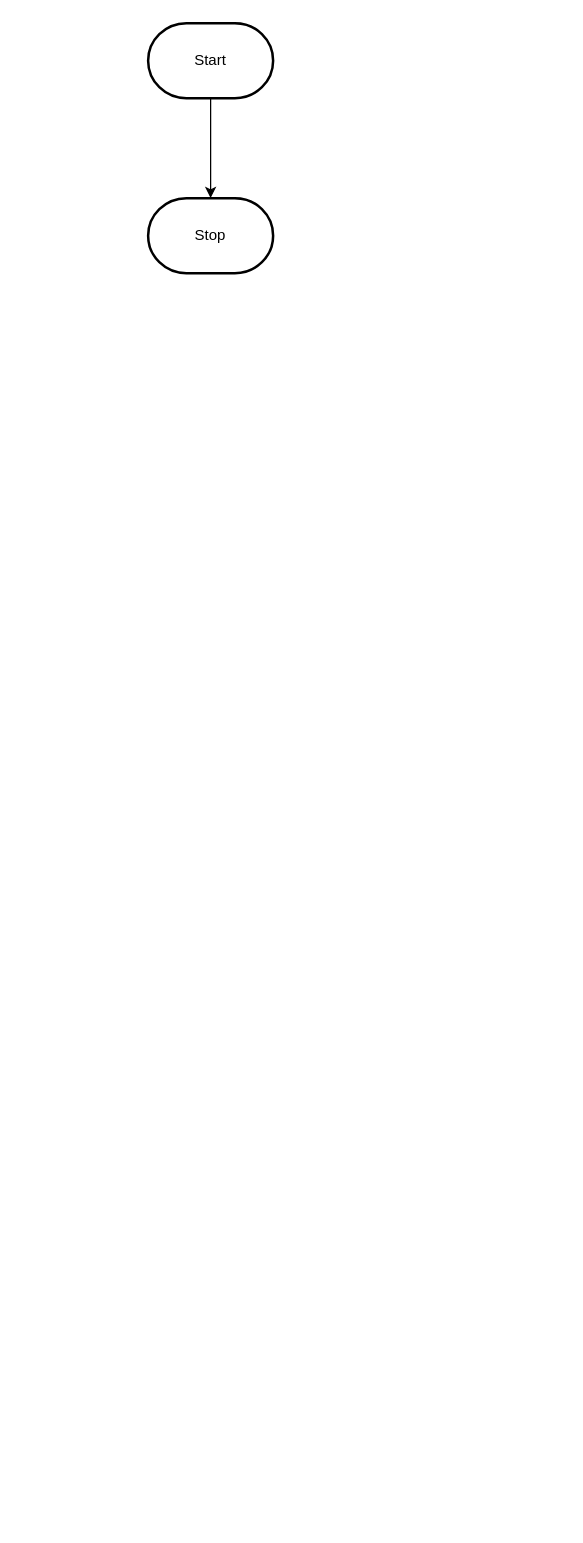
Before: design/flowchart.drawio in Isaac-Ip/ICD2O-Final-Project-isaac.ip, a draw.io diagram. Source tidied: cells renumbered, new cells numbered last; positions are measured from the earlier drawing's top-left corner, leaving out a move shared by most shapes. Both pictures are drawn from the tidied source at 125%, with x=0, y=0 at pixel (148, 22).
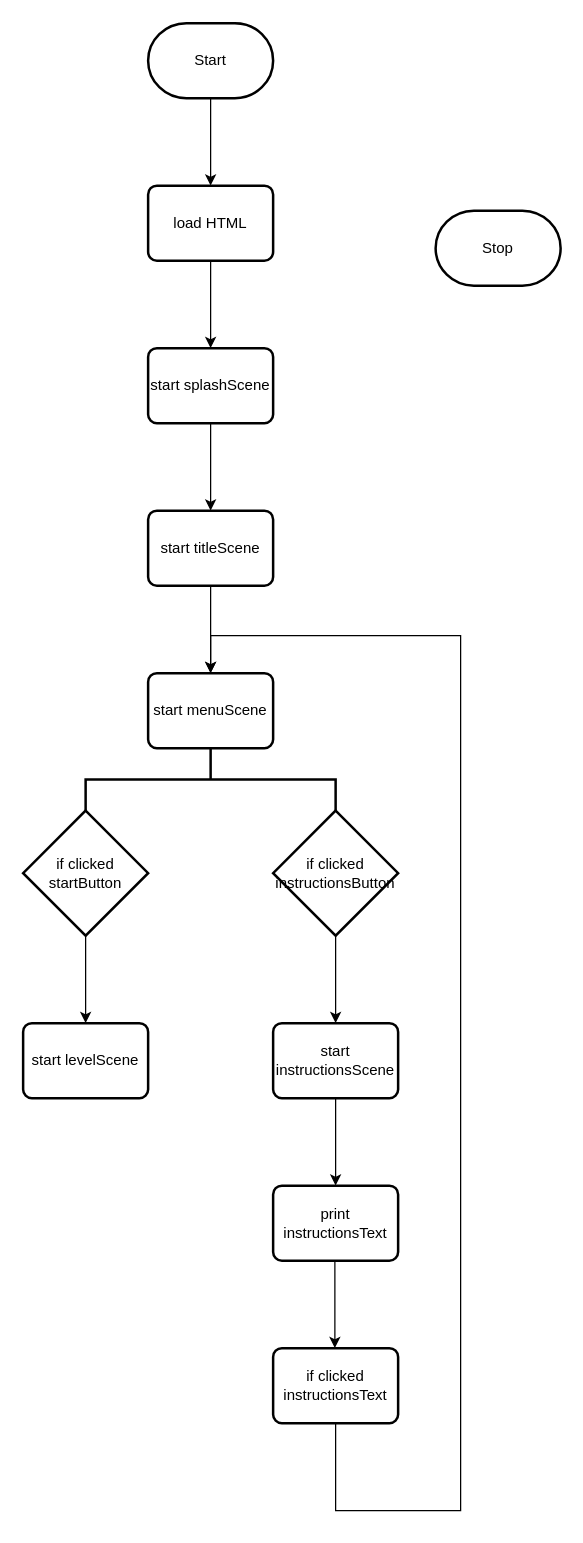
The same page after the edit.

Commit message:
flowchart started

The change refers to these unchanged cells:
```xml
<mxCell id="3" value="Start" style="strokeWidth=2;html=1;shape=mxgraph.flowchart.terminator;whiteSpace=wrap;" parent="1" vertex="1">
  <mxGeometry width="100" height="60" as="geometry" />
</mxCell>
```

What changed in the source:
```diff
@@
-    <mxCell id="2" style="edgeStyle=orthogonalEdgeStyle;html=1;rounded=0;" parent="1" edge="1" source="3" target="4">
-      <mxGeometry relative="1" as="geometry" />
+    <mxCell id="2" style="edgeStyle=orthogonalEdgeStyle;html=1;rounded=0;" parent="1" edge="1" source="3">
+      <mxGeometry relative="1" as="geometry">
+        <mxPoint x="50" y="130" as="targetPoint" />
+      </mxGeometry>
     </mxCell>
@@
     <mxCell id="4" value="Stop" style="strokeWidth=2;html=1;shape=mxgraph.flowchart.terminator;whiteSpace=wrap;" parent="1" vertex="1">
-      <mxGeometry y="140" width="100" height="60" as="geometry" />
+      <mxGeometry x="230" y="150" width="100" height="60" as="geometry" />
     </mxCell>
+    <mxCell id="5" value="load HTML" style="rounded=1;whiteSpace=wrap;html=1;absoluteArcSize=1;arcSize=14;strokeWidth=2;" parent="1" vertex="1">
+      <mxGeometry y="130" width="100" height="60" as="geometry" />
+    </mxCell>
+    <mxCell id="6" style="edgeStyle=orthogonalEdgeStyle;html=1;rounded=0;" parent="1" edge="1">
+      <mxGeometry relative="1" as="geometry">
+        <mxPoint x="50" y="190" as="sourcePoint" />
+        <mxPoint x="50" y="260" as="targetPoint" />
+      </mxGeometry>
+    </mxCell>
+    <mxCell id="7" value="start splashScene" style="rounded=1;whiteSpace=wrap;html=1;absoluteArcSize=1;arcSize=14;strokeWidth=2;" parent="1" vertex="1">
+      <mxGeometry y="260" width="100" height="60" as="geometry" />
+    </mxCell>
+    <mxCell id="8" style="edgeStyle=orthogonalEdgeStyle;html=1;rounded=0;" parent="1" edge="1">
+      <mxGeometry relative="1" as="geometry">
+        <mxPoint x="50" y="320" as="sourcePoint" />
+        <mxPoint x="50" y="390" as="targetPoint" />
+      </mxGeometry>
+    </mxCell>
+    <mxCell id="9" value="start titleScene" style="rounded=1;whiteSpace=wrap;html=1;absoluteArcSize=1;arcSize=14;strokeWidth=2;" parent="1" vertex="1">
+      <mxGeometry y="390" width="100" height="60" as="geometry" />
+    </mxCell>
+    <mxCell id="10" style="edgeStyle=orthogonalEdgeStyle;html=1;rounded=0;" parent="1" edge="1">
+      <mxGeometry relative="1" as="geometry">
+        <mxPoint x="50" y="450" as="sourcePoint" />
+        <mxPoint x="50" y="520" as="targetPoint" />
+      </mxGeometry>
+    </mxCell>
+    <mxCell id="11" value="start menuScene" style="rounded=1;whiteSpace=wrap;html=1;absoluteArcSize=1;arcSize=14;strokeWidth=2;" parent="1" vertex="1">
+      <mxGeometry y="520" width="100" height="60" as="geometry" />
+    </mxCell>
+    <mxCell id="12" style="strokeWidth=2;html=1;shape=mxgraph.flowchart.annotation_2;align=left;labelPosition=right;direction=south;" parent="1" vertex="1">
+      <mxGeometry x="-50" y="580" width="200" height="50" as="geometry" />
+    </mxCell>
+    <mxCell id="13" value="if clicked startButton" style="strokeWidth=2;html=1;shape=mxgraph.flowchart.decision;whiteSpace=wrap;" parent="1" vertex="1">
+      <mxGeometry x="-100" y="630" width="100" height="100" as="geometry" />
+    </mxCell>
+    <mxCell id="14" value="if clicked instructionsButton" style="strokeWidth=2;html=1;shape=mxgraph.flowchart.decision;whiteSpace=wrap;" parent="1" vertex="1">
+      <mxGeometry x="100" y="630" width="100" height="100" as="geometry" />
+    </mxCell>
+    <mxCell id="15" style="edgeStyle=orthogonalEdgeStyle;html=1;rounded=0;" parent="1" edge="1">
+      <mxGeometry relative="1" as="geometry">
+        <mxPoint x="150" y="730" as="sourcePoint" />
+        <mxPoint x="150" y="800" as="targetPoint" />
+      </mxGeometry>
+    </mxCell>
+    <mxCell id="16" value="start instructionsScene" style="rounded=1;whiteSpace=wrap;html=1;absoluteArcSize=1;arcSize=14;strokeWidth=2;" parent="1" vertex="1">
+      <mxGeometry x="100" y="800" width="100" height="60" as="geometry" />
+    </mxCell>
+    <mxCell id="17" style="edgeStyle=orthogonalEdgeStyle;html=1;rounded=0;" parent="1" edge="1">
+      <mxGeometry relative="1" as="geometry">
+        <mxPoint x="150" y="860" as="sourcePoint" />
+        <mxPoint x="150" y="930" as="targetPoint" />
+      </mxGeometry>
+    </mxCell>
+    <mxCell id="18" value="print instructionsText" style="rounded=1;whiteSpace=wrap;html=1;absoluteArcSize=1;arcSize=14;strokeWidth=2;" parent="1" vertex="1">
+      <mxGeometry x="100" y="930" width="100" height="60" as="geometry" />
+    </mxCell>
+    <mxCell id="19" style="edgeStyle=orthogonalEdgeStyle;html=1;rounded=0;entryX=0.5;entryY=0;entryDx=0;entryDy=0;" parent="1" edge="1" target="11">
+      <mxGeometry relative="1" as="geometry">
+        <mxPoint x="150" y="1120" as="sourcePoint" />
+        <Array as="points">
+          <mxPoint x="150" y="1190" />
+          <mxPoint x="250" y="1190" />
+          <mxPoint x="250" y="490" />
+          <mxPoint x="50" y="490" />
+        </Array>
+      </mxGeometry>
+    </mxCell>
+    <mxCell id="20" value="if clicked instructionsText" style="rounded=1;whiteSpace=wrap;html=1;absoluteArcSize=1;arcSize=14;strokeWidth=2;" parent="1" vertex="1">
+      <mxGeometry x="100" y="1060" width="100" height="60" as="geometry" />
+    </mxCell>
+    <mxCell id="21" style="edgeStyle=orthogonalEdgeStyle;html=1;rounded=0;" parent="1" edge="1">
+      <mxGeometry relative="1" as="geometry">
+        <mxPoint x="149.4" y="990" as="sourcePoint" />
+        <mxPoint x="149.4" y="1060" as="targetPoint" />
+      </mxGeometry>
+    </mxCell>
+    <mxCell id="22" style="edgeStyle=orthogonalEdgeStyle;html=1;rounded=0;" parent="1" edge="1">
+      <mxGeometry relative="1" as="geometry">
+        <mxPoint x="-50" y="730" as="sourcePoint" />
+        <mxPoint x="-50" y="800" as="targetPoint" />
+      </mxGeometry>
+    </mxCell>
+    <mxCell id="23" value="start levelScene" style="rounded=1;whiteSpace=wrap;html=1;absoluteArcSize=1;arcSize=14;strokeWidth=2;" parent="1" vertex="1">
+      <mxGeometry x="-100" y="800" width="100" height="60" as="geometry" />
+    </mxCell>
```
